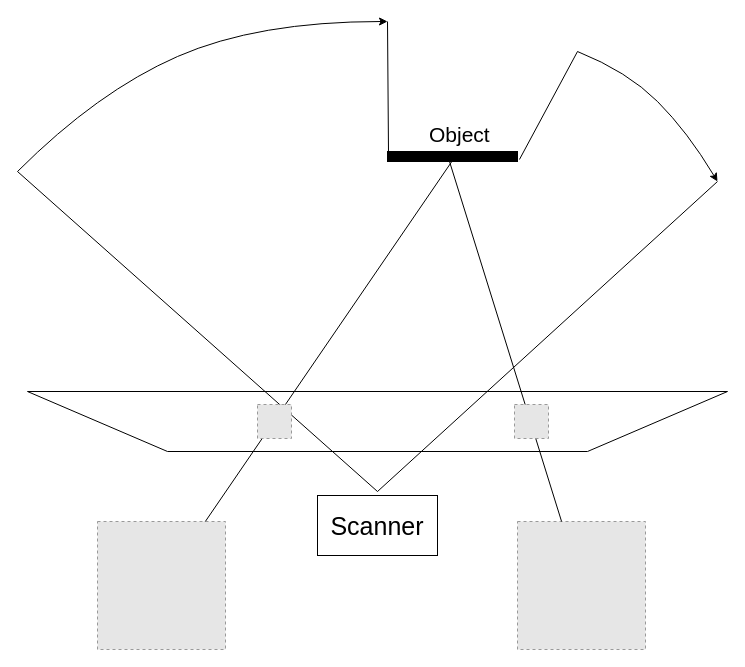
Earlier version of the draw.io diagram Hololens.drawio (Dawei-S/Da). Source tidied: cells renumbered, new cells numbered last; positions are measured from the earlier drawing's top-left corner, leaving out a move shared by most shapes. Both pictures are drawn from the tidied source at 100%, with x=0, y=0 at pixel (17, 21). Pictures stored in the file or linked from it are replaced by grey dashed boxes.
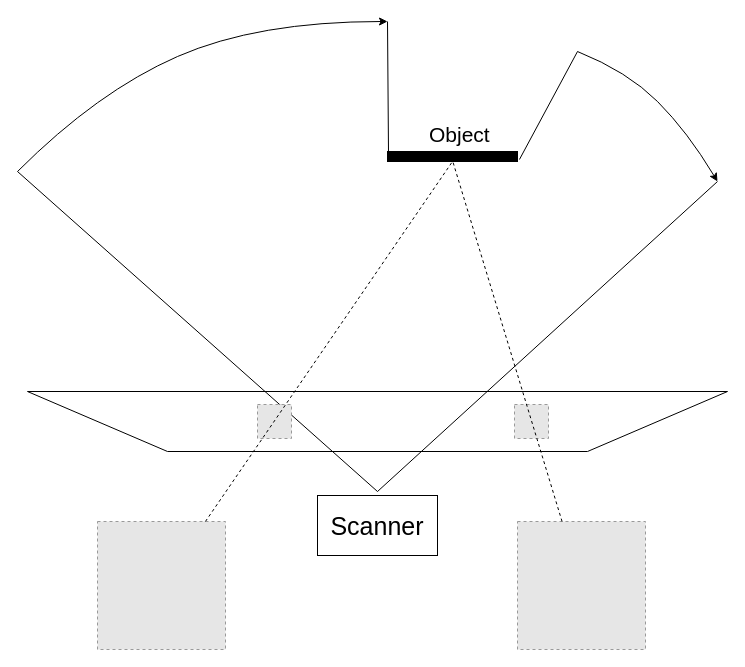
The same diagram, later.

Unchanged cells that the change refers to:
```xml
<mxCell id="3" style="fillColor=#E6E6E6;strokeColor=#999999;dashed=1;html=1;verticalAlign=top;verticalLabelPosition=bottom;labelBackgroundColor=#ffffff;" parent="1" vertex="1">
  <mxGeometry x="80" y="500" width="128" height="128" as="geometry" />
</mxCell>
<mxCell id="4" style="fillColor=#E6E6E6;strokeColor=#999999;dashed=1;html=1;verticalAlign=top;verticalLabelPosition=bottom;labelBackgroundColor=#ffffff;" parent="1" vertex="1">
  <mxGeometry x="500" y="500" width="128" height="128" as="geometry" />
</mxCell>
<mxCell id="8" style="verticalLabelPosition=bottom;html=1;verticalAlign=top;align=center;shape=mxgraph.floorplan.wall;fillColor=#000000;" parent="1" vertex="1">
  <mxGeometry x="370" y="130" width="130" height="10" as="geometry" />
</mxCell>
```

What changed in the source:
```diff
@@
-    <mxCell id="13" style="endArrow=none;html=1;entryX=0.5;entryY=0.9;entryDx=0;entryDy=0;entryPerimeter=0;" parent="1" edge="1" source="3" target="8">
-      <mxGeometry relative="1" as="geometry" />
-    </mxCell>
-    <mxCell id="14" style="endArrow=none;html=1;entryX=0.477;entryY=1;entryDx=0;entryDy=0;entryPerimeter=0;" parent="1" edge="1" source="4" target="8">
-      <mxGeometry relative="1" as="geometry" />
-    </mxCell>
@@
+    <mxCell id="18" style="endArrow=none;dashed=1;html=1;" parent="1" edge="1" source="4">
+      <mxGeometry relative="1" as="geometry">
+        <mxPoint x="435" y="139" as="targetPoint" />
+      </mxGeometry>
+    </mxCell>
+    <mxCell id="13" style="endArrow=none;dashed=1;html=1;entryX=0.5;entryY=1;entryDx=0;entryDy=0;entryPerimeter=0;" parent="1" edge="1" source="3" target="8">
+      <mxGeometry relative="1" as="geometry" />
+    </mxCell>
```
